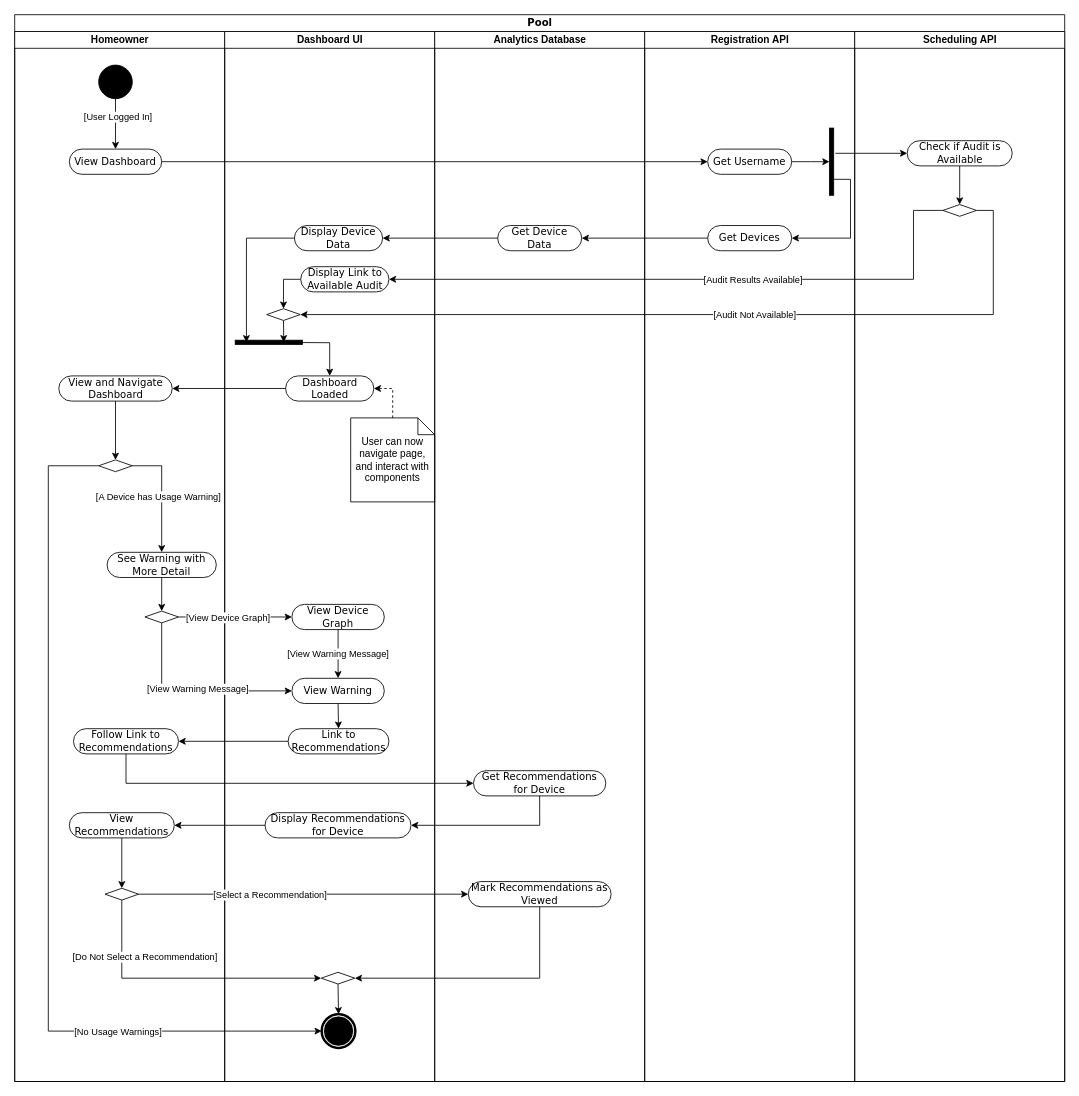
Above: milestone-3/Activity_AnalyticsMicroservice.drawio in uvic-teach/project-m1-team15 (draw.io), before the change. Source tidied: cells renumbered, new cells numbered last; positions are measured from the earlier drawing's top-left corner, leaving out a move shared by most shapes. Both pictures are drawn from the tidied source at 84%, with x=0, y=0 at pixel (14, 14).
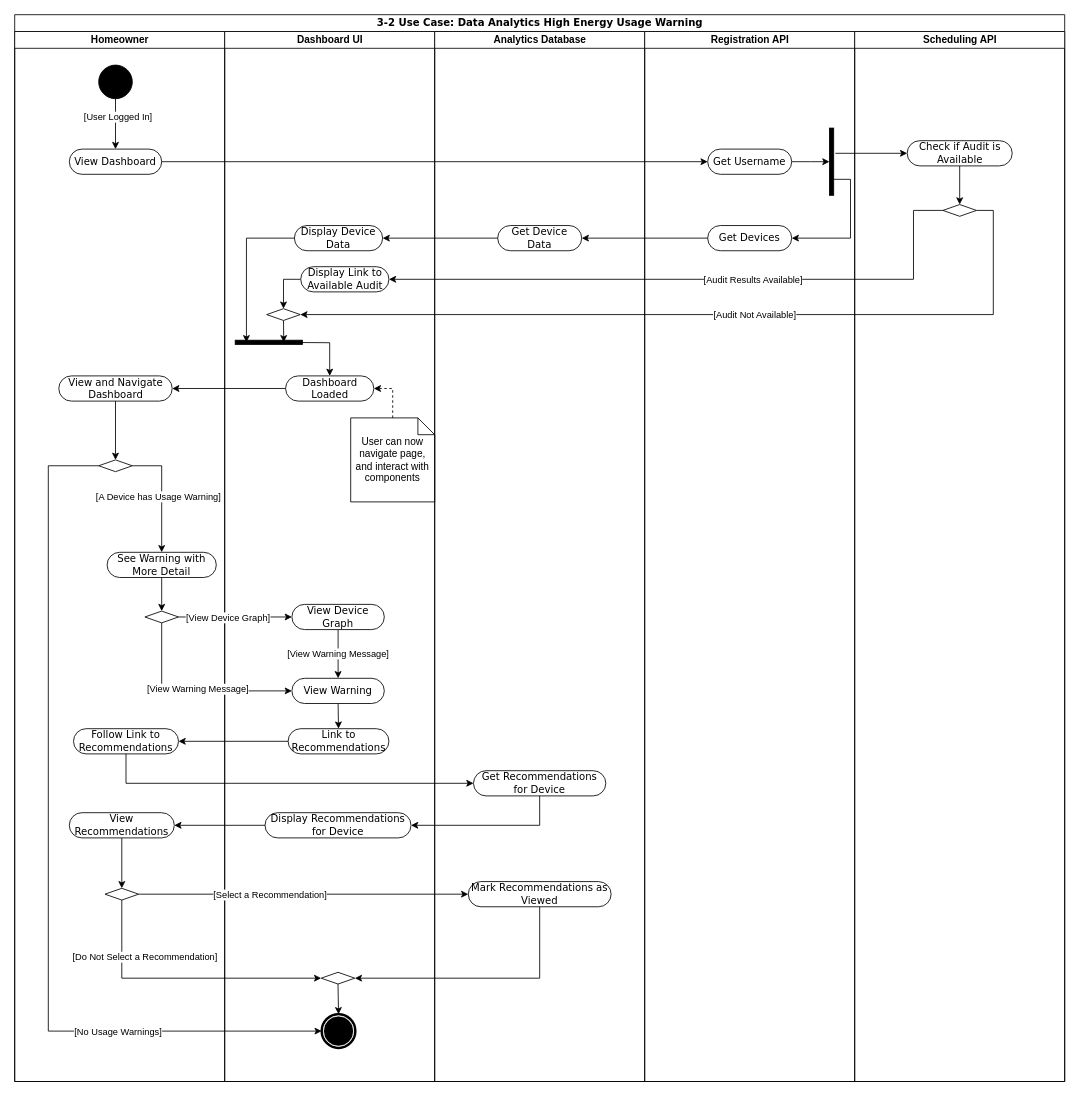
After the change.

What changed in the source:
```diff
@@
-    <mxCell id="2" value="Pool" style="swimlane;html=1;startSize=20;rounded=0;shadow=0;comic=0;labelBackgroundColor=none;strokeWidth=1;fontFamily=Verdana;fontSize=12;align=center;" parent="1" vertex="1">
+    <mxCell id="2" value="3-2 Use Case: Data Analytics High Energy Usage Warning" style="swimlane;html=1;startSize=20;rounded=0;shadow=0;comic=0;labelBackgroundColor=none;strokeWidth=1;fontFamily=Verdana;fontSize=12;align=center;" parent="1" vertex="1">
       <mxGeometry width="1250" height="1270" as="geometry" />
     </mxCell>
```
